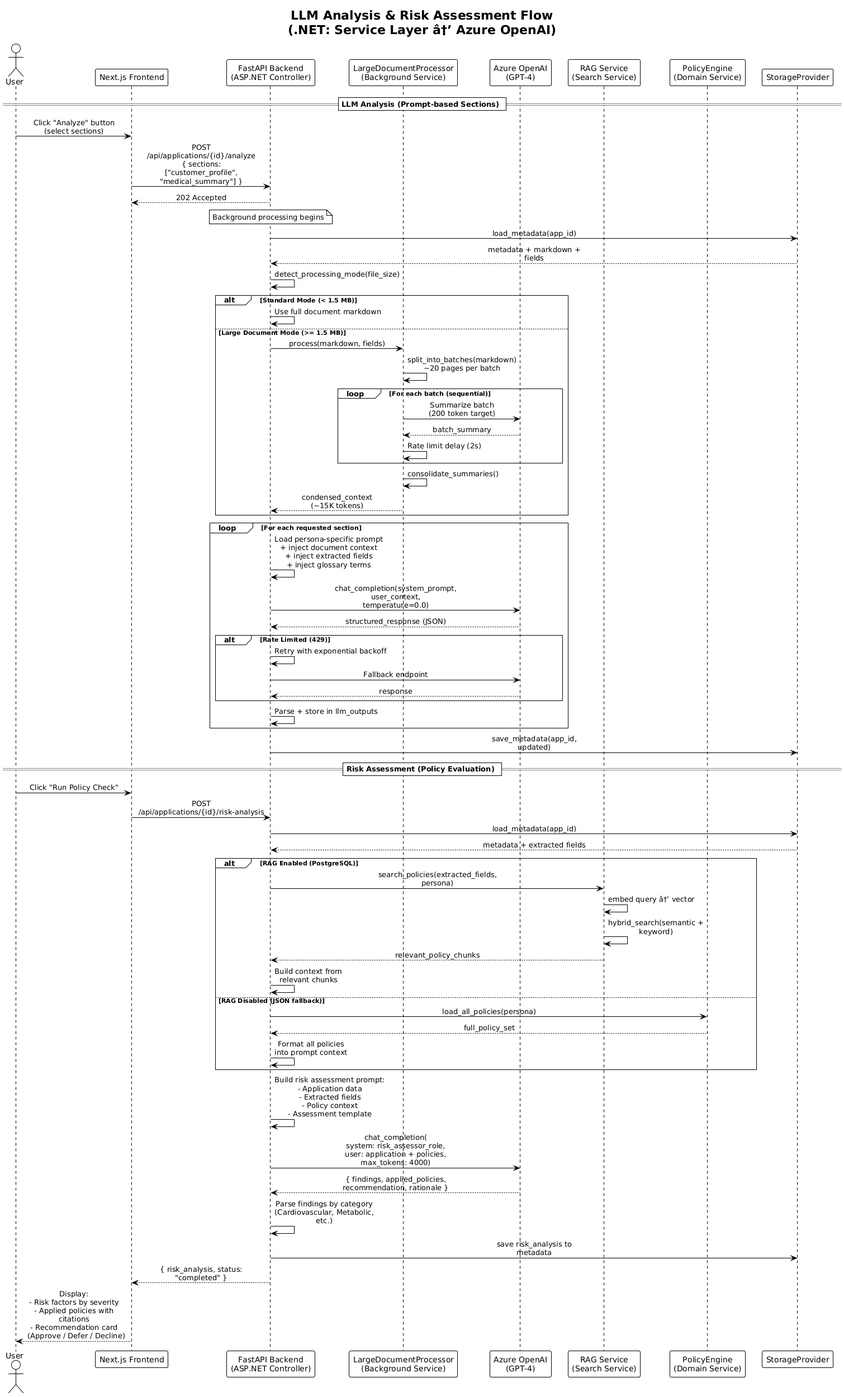
The PlantUML diagram docs/developer-guide/diagrams/sequence-analysis-risk.png in QuinntyneBrown/WorkbenchIQ, before a commit. Source of this version:
```plantuml
@startuml
!theme plain
skinparam sequenceMessageAlign center
skinparam maxMessageSize 200

title LLM Analysis & Risk Assessment Flow\n(.NET: Service Layer â†’ Azure OpenAI)

actor "User" as user
participant "Next.js Frontend" as fe
participant "FastAPI Backend\n(ASP.NET Controller)" as api
participant "LargeDocumentProcessor\n(Background Service)" as ldp
participant "Azure OpenAI\n(GPT-4)" as aoai
participant "RAG Service\n(Search Service)" as rag
participant "PolicyEngine\n(Domain Service)" as pol
participant "StorageProvider" as store

== LLM Analysis (Prompt-based Sections) ==

user -> fe : Click "Analyze" button\n(select sections)
fe -> api : POST /api/applications/{id}/analyze\n{ sections: ["customer_profile", "medical_summary"] }
api --> fe : 202 Accepted

note over api : Background processing begins

api -> store : load_metadata(app_id)
store --> api : metadata + markdown + fields

api -> api : detect_processing_mode(file_size)

alt Standard Mode (< 1.5 MB)
    api -> api : Use full document markdown
else Large Document Mode (>= 1.5 MB)
    api -> ldp : process(markdown, fields)
    ldp -> ldp : split_into_batches(markdown)\n~20 pages per batch

    loop For each batch (sequential)
        ldp -> aoai : Summarize batch\n(200 token target)
        aoai --> ldp : batch_summary
        ldp -> ldp : Rate limit delay (2s)
    end

    ldp -> ldp : consolidate_summaries()
    ldp --> api : condensed_context\n(~15K tokens)
end

loop For each requested section
    api -> api : Load persona-specific prompt\n+ inject document context\n+ inject extracted fields\n+ inject glossary terms
    api -> aoai : chat_completion(system_prompt,\nuser_context, temperature=0.0)
    aoai --> api : structured_response (JSON)

    alt Rate Limited (429)
        api -> api : Retry with exponential backoff
        api -> aoai : Fallback endpoint
        aoai --> api : response
    end

    api -> api : Parse + store in llm_outputs
end

api -> store : save_metadata(app_id, updated)

== Risk Assessment (Policy Evaluation) ==

user -> fe : Click "Run Policy Check"
fe -> api : POST /api/applications/{id}/risk-analysis

api -> store : load_metadata(app_id)
store --> api : metadata + extracted fields

alt RAG Enabled (PostgreSQL)
    api -> rag : search_policies(extracted_fields,\npersona)
    rag -> rag : embed query â†’ vector
    rag -> rag : hybrid_search(semantic + keyword)
    rag --> api : relevant_policy_chunks
    api -> api : Build context from\nrelevant chunks
else RAG Disabled (JSON fallback)
    api -> pol : load_all_policies(persona)
    pol --> api : full_policy_set
    api -> api : Format all policies\ninto prompt context
end

api -> api : Build risk assessment prompt:\n- Application data\n- Extracted fields\n- Policy context\n- Assessment template

api -> aoai : chat_completion(\nsystem: risk_assessor_role,\nuser: application + policies,\nmax_tokens: 4000)
aoai --> api : { findings, applied_policies,\nrecommendation, rationale }

api -> api : Parse findings by category\n(Cardiovascular, Metabolic, etc.)
api -> store : save risk_analysis to metadata
api --> fe : { risk_analysis, status: "completed" }

fe --> user : Display:\n- Risk factors by severity\n- Applied policies with citations\n- Recommendation card\n  (Approve / Defer / Decline)
@enduml
```
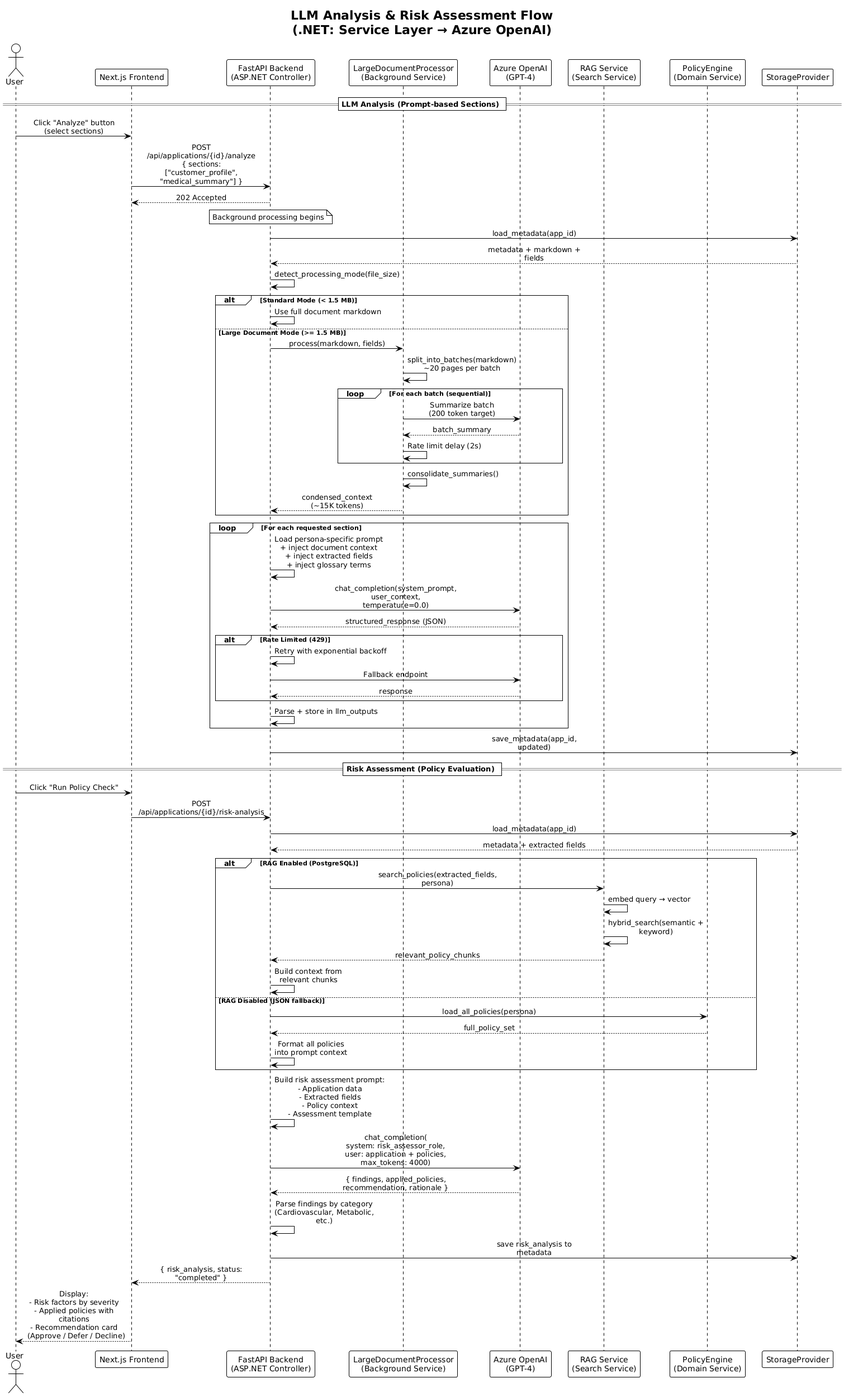
After the change.

The edit, as a diff of the source:
```diff
@@ -3,7 +3,7 @@
 skinparam sequenceMessageAlign center
 skinparam maxMessageSize 200
 
-title LLM Analysis & Risk Assessment Flow\n(.NET: Service Layer â†’ Azure OpenAI)
+title LLM Analysis & Risk Assessment Flow\n(.NET: Service Layer → Azure OpenAI)
 
 actor "User" as user
 participant "Next.js Frontend" as fe
@@ -69,7 +69,7 @@
 
 alt RAG Enabled (PostgreSQL)
     api -> rag : search_policies(extracted_fields,\npersona)
-    rag -> rag : embed query â†’ vector
+    rag -> rag : embed query → vector
     rag -> rag : hybrid_search(semantic + keyword)
     rag --> api : relevant_policy_chunks
     api -> api : Build context from\nrelevant chunks
```
